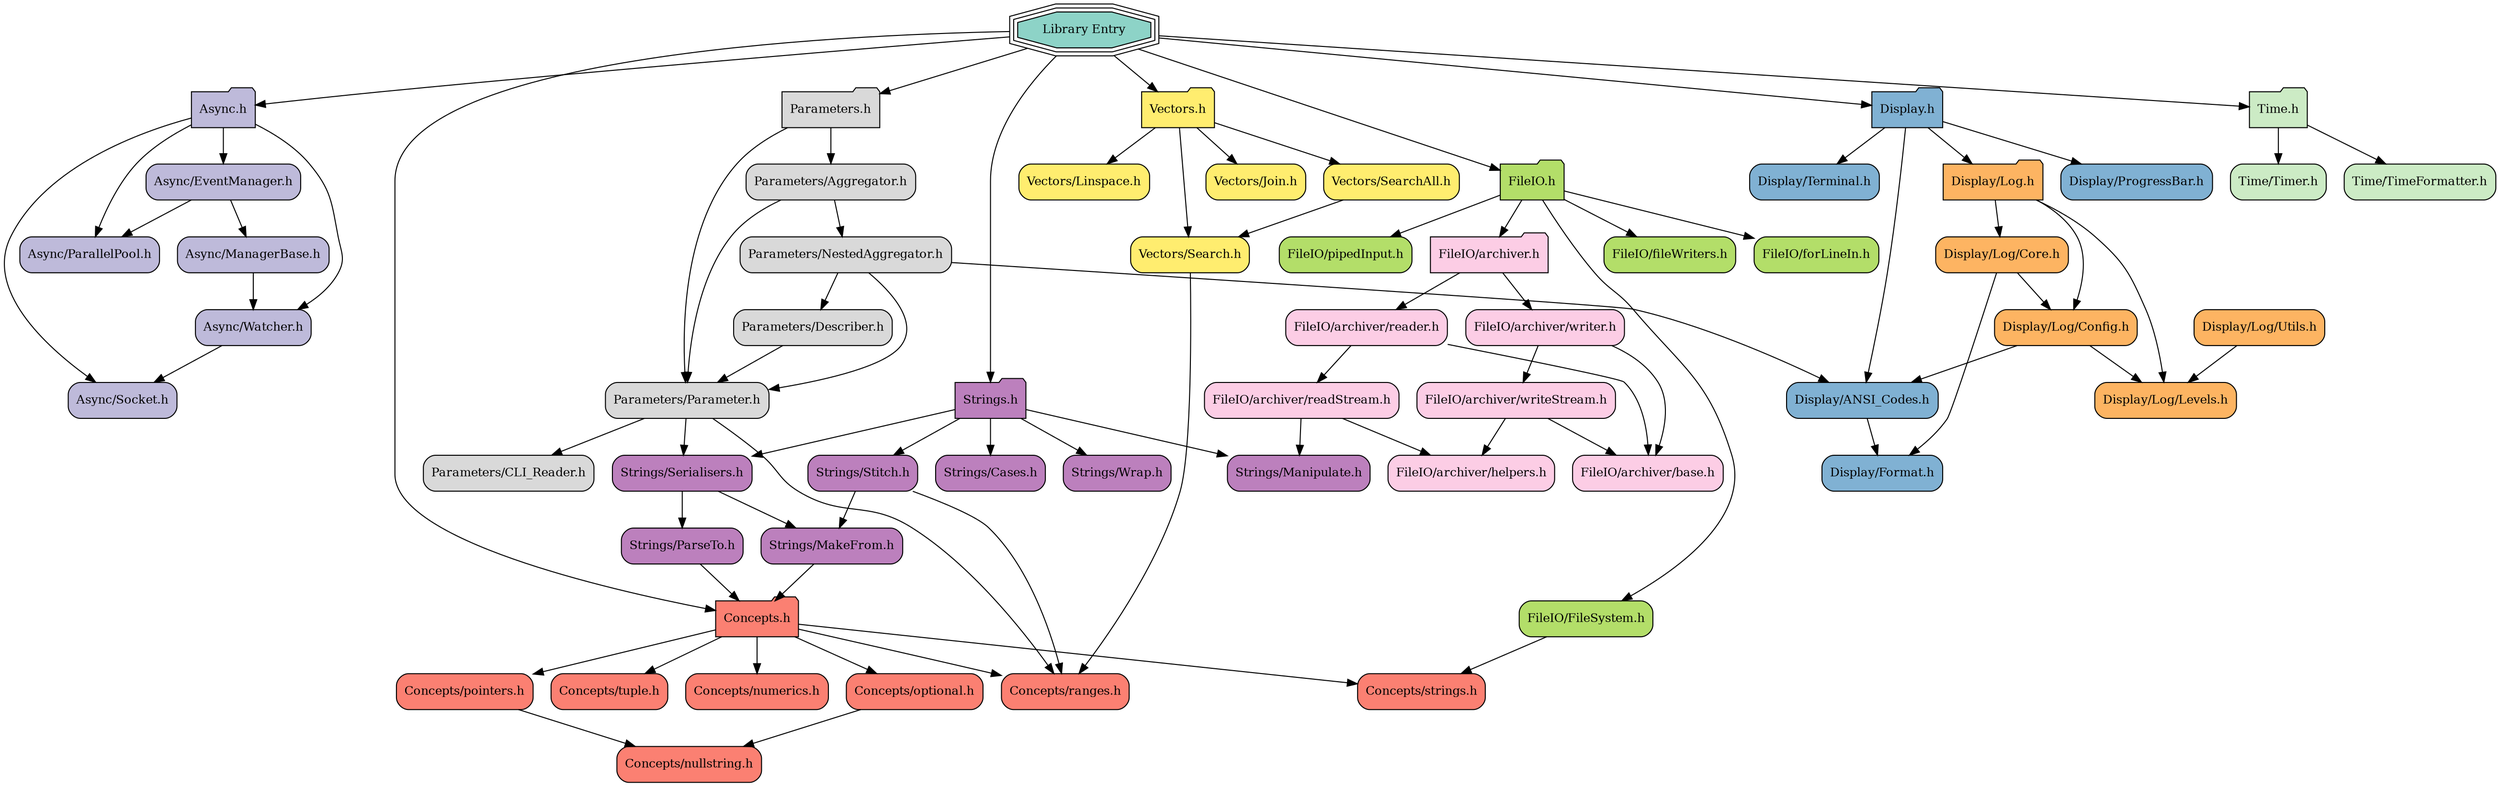
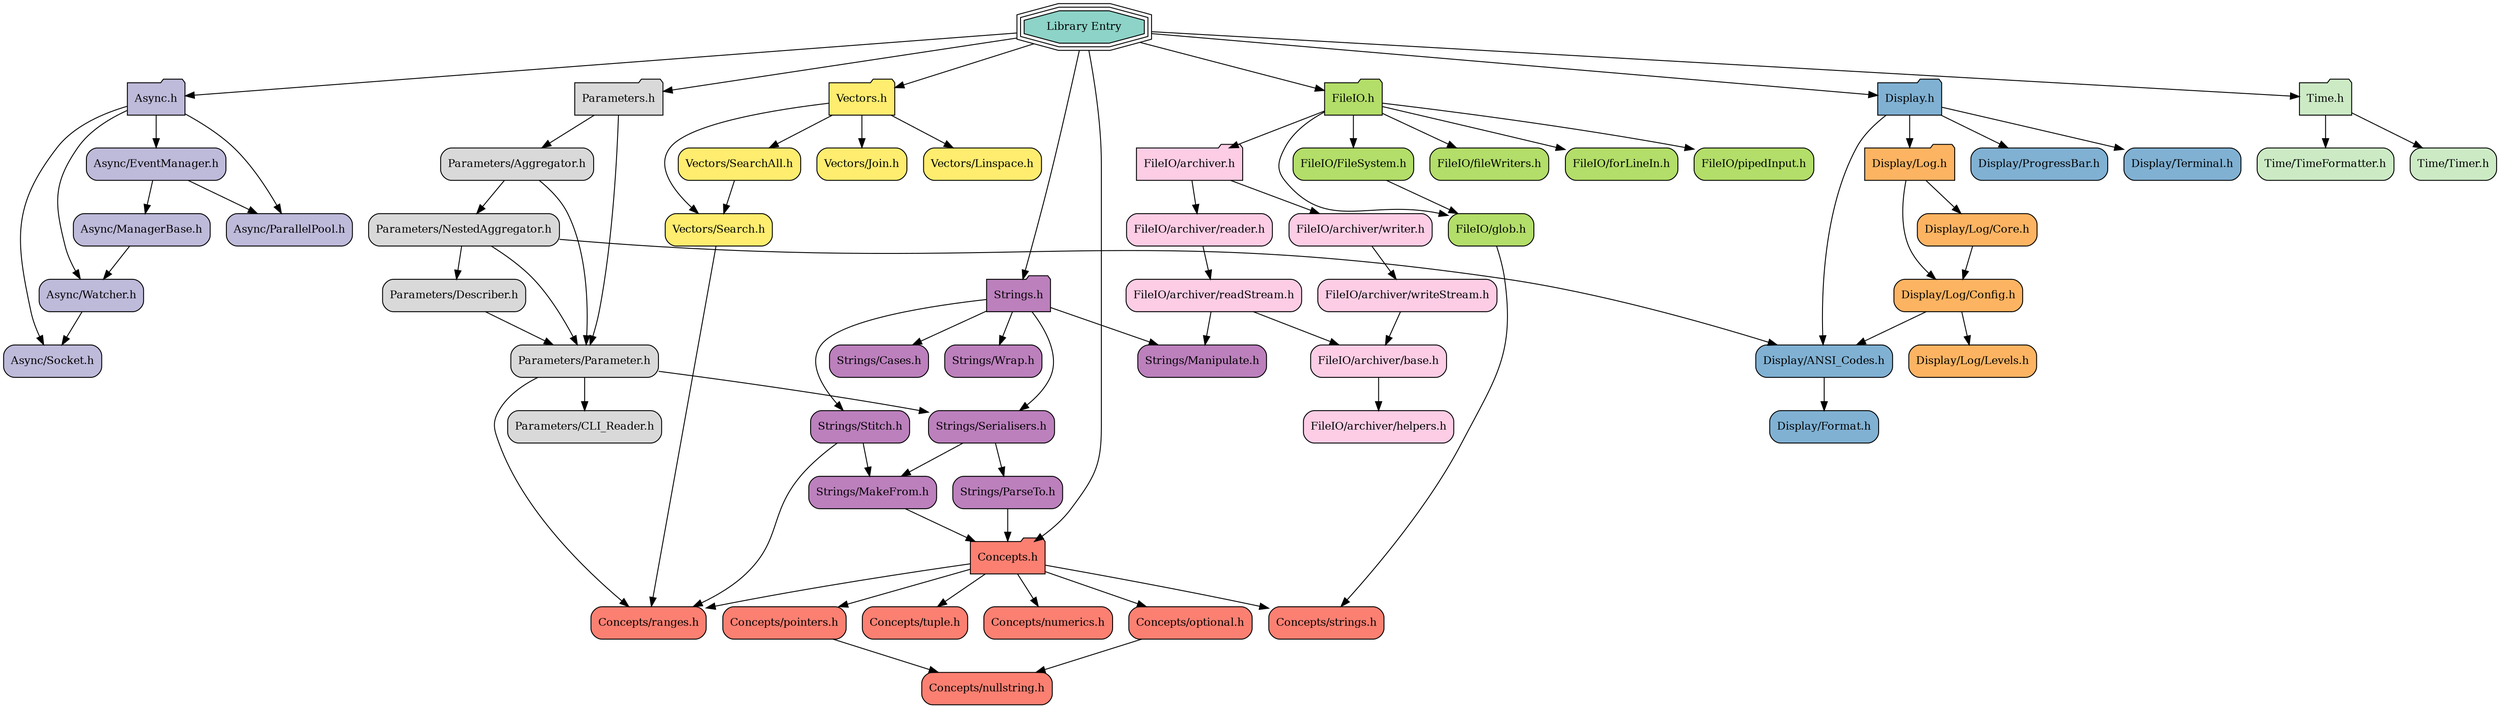
digraph codeviz {
    splines=true
    sep="+15,15"
    overlap=false

    node [shape=Mrecord, fontsize=12]

    node [fillcolor = "#8dd3c7",shape="tripleoctagon", style = "filled"] "JSL.h"                             [label = "Library Entry"]
    node [fillcolor = "#bebada", shape="folder", style = "filled"] "JSL/Async.h"                       [label = "Async.h"]
    node [fillcolor = "#bebada",shape="Mrecord", style = "filled"] "JSL/Async/EventManager.h"          [label = "Async/EventManager.h"]
    node [fillcolor = "#bebada",shape="Mrecord", style = "filled"] "JSL/Async/ManagerBase.h"           [label = "Async/ManagerBase.h"]
    node [fillcolor = "#bebada",shape="Mrecord", style = "filled"] "JSL/Async/ParallelPool.h"          [label = "Async/ParallelPool.h"]
    node [fillcolor = "#bebada",shape="Mrecord", style = "filled"] "JSL/Async/Socket.h"                [label = "Async/Socket.h"]
    node [fillcolor = "#bebada",shape="Mrecord", style = "filled"] "JSL/Async/Watcher.h"               [label = "Async/Watcher.h"]
    node [fillcolor = "#fb8072", shape="folder", style = "filled"] "JSL/Concepts.h"                    [label = "Concepts.h"]
    node [fillcolor = "#fb8072",shape="Mrecord", style = "filled"] "JSL/Concepts/nullstring.h"         [label = "Concepts/nullstring.h"]
    node [fillcolor = "#fb8072",shape="Mrecord", style = "filled"] "JSL/Concepts/numerics.h"           [label = "Concepts/numerics.h"]
    node [fillcolor = "#fb8072",shape="Mrecord", style = "filled"] "JSL/Concepts/optional.h"           [label = "Concepts/optional.h"]
    node [fillcolor = "#fb8072",shape="Mrecord", style = "filled"] "JSL/Concepts/pointers.h"           [label = "Concepts/pointers.h"]
    node [fillcolor = "#fb8072",shape="Mrecord", style = "filled"] "JSL/Concepts/ranges.h"             [label = "Concepts/ranges.h"]
    node [fillcolor = "#fb8072",shape="Mrecord", style = "filled"] "JSL/Concepts/strings.h"            [label = "Concepts/strings.h"]
    node [fillcolor = "#fb8072",shape="Mrecord", style = "filled"] "JSL/Concepts/tuple.h"              [label = "Concepts/tuple.h"]
    node [fillcolor = "#80b1d3", shape="folder", style = "filled"] "JSL/Display.h"                     [label = "Display.h"]
    node [fillcolor = "#80b1d3",shape="Mrecord", style = "filled"] "JSL/Display/ANSI_Codes.h"          [label = "Display/ANSI_Codes.h"]
    node [fillcolor = "#80b1d3",shape="Mrecord", style = "filled"] "JSL/Display/Format.h"              [label = "Display/Format.h"]
    node [fillcolor = "#fdb462", shape="folder", style = "filled"] "JSL/Display/Log.h"                 [label = "Display/Log.h"]
    node [fillcolor = "#fdb462",shape="Mrecord", style = "filled"] "JSL/Display/Log/Config.h"          [label = "Display/Log/Config.h"]
    node [fillcolor = "#fdb462",shape="Mrecord", style = "filled"] "JSL/Display/Log/Core.h"            [label = "Display/Log/Core.h"]
    node [fillcolor = "#fdb462",shape="Mrecord", style = "filled"] "JSL/Display/Log/Levels.h"          [label = "Display/Log/Levels.h"]
-     node [fillcolor = "#fdb462",shape="Mrecord", style = "filled"] "JSL/Display/Log/Utils.h"           [label = "Display/Log/Utils.h"]
    node [fillcolor = "#80b1d3",shape="Mrecord", style = "filled"] "JSL/Display/ProgressBar.h"         [label = "Display/ProgressBar.h"]
    node [fillcolor = "#80b1d3",shape="Mrecord", style = "filled"] "JSL/Display/Terminal.h"            [label = "Display/Terminal.h"]
    node [fillcolor = "#b3de69", shape="folder", style = "filled"] "JSL/FileIO.h"                      [label = "FileIO.h"]
    node [fillcolor = "#b3de69",shape="Mrecord", style = "filled"] "JSL/FileIO/FileSystem.h"           [label = "FileIO/FileSystem.h"]
    node [fillcolor = "#fccde5", shape="folder", style = "filled"] "JSL/FileIO/archiver.h"             [label = "FileIO/archiver.h"]
    node [fillcolor = "#fccde5",shape="Mrecord", style = "filled"] "JSL/FileIO/archiver/base.h"        [label = "FileIO/archiver/base.h"]
    node [fillcolor = "#fccde5",shape="Mrecord", style = "filled"] "JSL/FileIO/archiver/helpers.h"     [label = "FileIO/archiver/helpers.h"]
    node [fillcolor = "#fccde5",shape="Mrecord", style = "filled"] "JSL/FileIO/archiver/readStream.h"  [label = "FileIO/archiver/readStream.h"]
    node [fillcolor = "#fccde5",shape="Mrecord", style = "filled"] "JSL/FileIO/archiver/reader.h"      [label = "FileIO/archiver/reader.h"]
    node [fillcolor = "#fccde5",shape="Mrecord", style = "filled"] "JSL/FileIO/archiver/writeStream.h" [label = "FileIO/archiver/writeStream.h"]
    node [fillcolor = "#fccde5",shape="Mrecord", style = "filled"] "JSL/FileIO/archiver/writer.h"      [label = "FileIO/archiver/writer.h"]
    node [fillcolor = "#b3de69",shape="Mrecord", style = "filled"] "JSL/FileIO/fileWriters.h"          [label = "FileIO/fileWriters.h"]
    node [fillcolor = "#b3de69",shape="Mrecord", style = "filled"] "JSL/FileIO/forLineIn.h"            [label = "FileIO/forLineIn.h"]
+     node [fillcolor = "#b3de69",shape="Mrecord", style = "filled"] "JSL/FileIO/glob.h"                 [label = "FileIO/glob.h"]
    node [fillcolor = "#b3de69",shape="Mrecord", style = "filled"] "JSL/FileIO/pipedInput.h"           [label = "FileIO/pipedInput.h"]
    node [fillcolor = "#d9d9d9", shape="folder", style = "filled"] "JSL/Parameters.h"                  [label = "Parameters.h"]
    node [fillcolor = "#d9d9d9",shape="Mrecord", style = "filled"] "JSL/Parameters/Aggregator.h"       [label = "Parameters/Aggregator.h"]
    node [fillcolor = "#d9d9d9",shape="Mrecord", style = "filled"] "JSL/Parameters/CLI_Reader.h"       [label = "Parameters/CLI_Reader.h"]
    node [fillcolor = "#d9d9d9",shape="Mrecord", style = "filled"] "JSL/Parameters/Describer.h"        [label = "Parameters/Describer.h"]
    node [fillcolor = "#d9d9d9",shape="Mrecord", style = "filled"] "JSL/Parameters/NestedAggregator.h" [label = "Parameters/NestedAggregator.h"]
    node [fillcolor = "#d9d9d9",shape="Mrecord", style = "filled"] "JSL/Parameters/Parameter.h"        [label = "Parameters/Parameter.h"]
    node [fillcolor = "#bc80bd", shape="folder", style = "filled"] "JSL/Strings.h"                     [label = "Strings.h"]
    node [fillcolor = "#bc80bd",shape="Mrecord", style = "filled"] "JSL/Strings/Cases.h"               [label = "Strings/Cases.h"]
    node [fillcolor = "#bc80bd",shape="Mrecord", style = "filled"] "JSL/Strings/MakeFrom.h"            [label = "Strings/MakeFrom.h"]
    node [fillcolor = "#bc80bd",shape="Mrecord", style = "filled"] "JSL/Strings/Manipulate.h"          [label = "Strings/Manipulate.h"]
    node [fillcolor = "#bc80bd",shape="Mrecord", style = "filled"] "JSL/Strings/ParseTo.h"             [label = "Strings/ParseTo.h"]
    node [fillcolor = "#bc80bd",shape="Mrecord", style = "filled"] "JSL/Strings/Serialisers.h"         [label = "Strings/Serialisers.h"]
    node [fillcolor = "#bc80bd",shape="Mrecord", style = "filled"] "JSL/Strings/Stitch.h"              [label = "Strings/Stitch.h"]
    node [fillcolor = "#bc80bd",shape="Mrecord", style = "filled"] "JSL/Strings/Wrap.h"                [label = "Strings/Wrap.h"]
    node [fillcolor = "#ccebc5", shape="folder", style = "filled"] "JSL/Time.h"                        [label = "Time.h"]
    node [fillcolor = "#ccebc5",shape="Mrecord", style = "filled"] "JSL/Time/TimeFormatter.h"          [label = "Time/TimeFormatter.h"]
    node [fillcolor = "#ccebc5",shape="Mrecord", style = "filled"] "JSL/Time/Timer.h"                  [label = "Time/Timer.h"]
    node [fillcolor = "#ffed6f", shape="folder", style = "filled"] "JSL/Vectors.h"                     [label = "Vectors.h"]
    node [fillcolor = "#ffed6f",shape="Mrecord", style = "filled"] "JSL/Vectors/Join.h"                [label = "Vectors/Join.h"]
    node [fillcolor = "#ffed6f",shape="Mrecord", style = "filled"] "JSL/Vectors/Linspace.h"            [label = "Vectors/Linspace.h"]
    node [fillcolor = "#ffed6f",shape="Mrecord", style = "filled"] "JSL/Vectors/Search.h"              [label = "Vectors/Search.h"]
    node [fillcolor = "#ffed6f",shape="Mrecord", style = "filled"] "JSL/Vectors/SearchAll.h"           [label = "Vectors/SearchAll.h"]

    "JSL.h"                             -> "JSL/Display.h"
    "JSL.h"                             -> "JSL/FileIO.h"
    "JSL.h"                             -> "JSL/Parameters.h"
    "JSL.h"                             -> "JSL/Strings.h"
    "JSL.h"                             -> "JSL/Time.h"
    "JSL.h"                             -> "JSL/Vectors.h"
    "JSL.h"                             -> "JSL/Async.h"
    "JSL.h"                             -> "JSL/Concepts.h"
    "JSL/Async.h"                       -> "JSL/Async/Socket.h"
    "JSL/Async.h"                       -> "JSL/Async/Watcher.h"
    "JSL/Async.h"                       -> "JSL/Async/EventManager.h"
    "JSL/Async.h"                       -> "JSL/Async/ParallelPool.h"
    "JSL/Async/EventManager.h"          -> "JSL/Async/ManagerBase.h"
    "JSL/Async/EventManager.h"          -> "JSL/Async/ParallelPool.h"
    "JSL/Async/ManagerBase.h"           -> "JSL/Async/Watcher.h"
    "JSL/Async/Watcher.h"               -> "JSL/Async/Socket.h"
    "JSL/Concepts.h"                    -> "JSL/Concepts/ranges.h"
    "JSL/Concepts.h"                    -> "JSL/Concepts/tuple.h"
    "JSL/Concepts.h"                    -> "JSL/Concepts/numerics.h"
    "JSL/Concepts.h"                    -> "JSL/Concepts/strings.h"
    "JSL/Concepts.h"                    -> "JSL/Concepts/pointers.h"
    "JSL/Concepts.h"                    -> "JSL/Concepts/optional.h"
    "JSL/Concepts/optional.h"           -> "JSL/Concepts/nullstring.h"
    "JSL/Concepts/pointers.h"           -> "JSL/Concepts/nullstring.h"
    "JSL/Display.h"                     -> "JSL/Display/Log.h"
    "JSL/Display.h"                     -> "JSL/Display/ANSI_Codes.h"
    "JSL/Display.h"                     -> "JSL/Display/ProgressBar.h"
    "JSL/Display.h"                     -> "JSL/Display/Terminal.h"
    "JSL/Display/ANSI_Codes.h"          -> "JSL/Display/Format.h"
    "JSL/Display/Log.h"                 -> "JSL/Display/Log/Core.h"
    "JSL/Display/Log.h"                 -> "JSL/Display/Log/Config.h"
-     "JSL/Display/Log.h"                 -> "JSL/Display/Log/Levels.h"
    "JSL/Display/Log/Config.h"          -> "JSL/Display/Log/Levels.h"
    "JSL/Display/Log/Config.h"          -> "JSL/Display/ANSI_Codes.h"
    "JSL/Display/Log/Core.h"            -> "JSL/Display/Log/Config.h"
-     "JSL/Display/Log/Core.h"            -> "JSL/Display/Format.h"
-     "JSL/Display/Log/Utils.h"           -> "JSL/Display/Log/Levels.h"
    "JSL/FileIO.h"                      -> "JSL/FileIO/forLineIn.h"
    "JSL/FileIO.h"                      -> "JSL/FileIO/FileSystem.h"
    "JSL/FileIO.h"                      -> "JSL/FileIO/fileWriters.h"
    "JSL/FileIO.h"                      -> "JSL/FileIO/pipedInput.h"
    "JSL/FileIO.h"                      -> "JSL/FileIO/archiver.h"
-     "JSL/FileIO/FileSystem.h"           -> "JSL/Concepts/strings.h"
+     "JSL/FileIO.h"                      -> "JSL/FileIO/glob.h"
+     "JSL/FileIO/FileSystem.h"           -> "JSL/FileIO/glob.h"
    "JSL/FileIO/archiver.h"             -> "JSL/FileIO/archiver/writer.h"
    "JSL/FileIO/archiver.h"             -> "JSL/FileIO/archiver/reader.h"
+     "JSL/FileIO/archiver/base.h"        -> "JSL/FileIO/archiver/helpers.h"
    "JSL/FileIO/archiver/readStream.h"  -> "JSL/Strings/Manipulate.h"
-     "JSL/FileIO/archiver/readStream.h"  -> "JSL/FileIO/archiver/helpers.h"
-     "JSL/FileIO/archiver/reader.h"      -> "JSL/FileIO/archiver/base.h"
+     "JSL/FileIO/archiver/readStream.h"  -> "JSL/FileIO/archiver/base.h"
    "JSL/FileIO/archiver/reader.h"      -> "JSL/FileIO/archiver/readStream.h"
    "JSL/FileIO/archiver/writeStream.h" -> "JSL/FileIO/archiver/base.h"
-     "JSL/FileIO/archiver/writeStream.h" -> "JSL/FileIO/archiver/helpers.h"
-     "JSL/FileIO/archiver/writer.h"      -> "JSL/FileIO/archiver/base.h"
    "JSL/FileIO/archiver/writer.h"      -> "JSL/FileIO/archiver/writeStream.h"
+     "JSL/FileIO/glob.h"                       -> "JSL/Concepts/strings.h"[weight=0.3]
    "JSL/Parameters.h"                  -> "JSL/Parameters/Parameter.h"
    "JSL/Parameters.h"                  -> "JSL/Parameters/Aggregator.h"
    "JSL/Parameters/Aggregator.h"       -> "JSL/Parameters/NestedAggregator.h"
    "JSL/Parameters/Aggregator.h"       -> "JSL/Parameters/Parameter.h"
    "JSL/Parameters/Describer.h"        -> "JSL/Parameters/Parameter.h"
    "JSL/Parameters/NestedAggregator.h" -> "JSL/Parameters/Parameter.h"
    "JSL/Parameters/NestedAggregator.h" -> "JSL/Display/ANSI_Codes.h"
    "JSL/Parameters/NestedAggregator.h" -> "JSL/Parameters/Describer.h"
    "JSL/Parameters/Parameter.h"              -> "JSL/Concepts/ranges.h"[weight=0.3]
    "JSL/Parameters/Parameter.h"        -> "JSL/Strings/Serialisers.h"
    "JSL/Parameters/Parameter.h"        -> "JSL/Parameters/CLI_Reader.h"
    "JSL/Strings.h"                     -> "JSL/Strings/Serialisers.h"
    "JSL/Strings.h"                     -> "JSL/Strings/Cases.h"
    "JSL/Strings.h"                     -> "JSL/Strings/Manipulate.h"
    "JSL/Strings.h"                     -> "JSL/Strings/Stitch.h"
    "JSL/Strings.h"                     -> "JSL/Strings/Wrap.h"
    "JSL/Strings/MakeFrom.h"            -> "JSL/Concepts.h"
    "JSL/Strings/ParseTo.h"             -> "JSL/Concepts.h"
    "JSL/Strings/Serialisers.h"         -> "JSL/Strings/MakeFrom.h"
    "JSL/Strings/Serialisers.h"         -> "JSL/Strings/ParseTo.h"
    "JSL/Strings/Stitch.h"              -> "JSL/Strings/MakeFrom.h"
    "JSL/Strings/Stitch.h"                    -> "JSL/Concepts/ranges.h"[weight=0.3]
    "JSL/Time.h"                        -> "JSL/Time/Timer.h"
    "JSL/Time.h"                        -> "JSL/Time/TimeFormatter.h"
    "JSL/Vectors.h"                     -> "JSL/Vectors/Search.h"
    "JSL/Vectors.h"                     -> "JSL/Vectors/SearchAll.h"
    "JSL/Vectors.h"                     -> "JSL/Vectors/Join.h"
    "JSL/Vectors.h"                     -> "JSL/Vectors/Linspace.h"
    "JSL/Vectors/Search.h"                    -> "JSL/Concepts/ranges.h"[weight=0.3]
    "JSL/Vectors/SearchAll.h"           -> "JSL/Vectors/Search.h"
}
